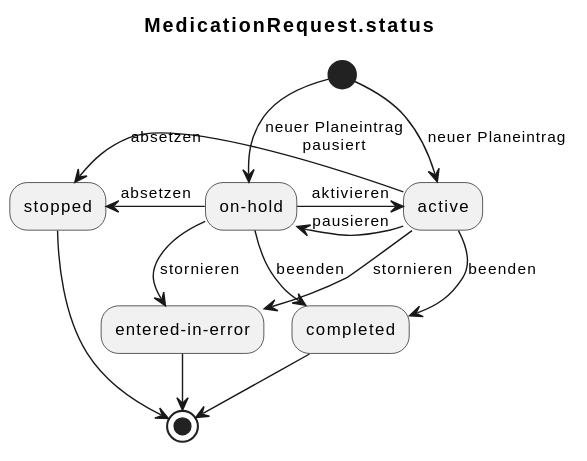
Before: r4-ELGA-e-Medikation-main/plantuml/stateDiagram_mr_status_planeintrag.svg, a diagram exported from PlantUML (HL7Austria/hl7austria.github.io). Its diagram source:
```plantuml
@startuml
title MedicationRequest.status

(*) -d-> [neuer Planeintrag] active
(*) -d-> [neuer Planeintrag\npausiert] "on-hold"
"on-hold" -r-> [aktivieren] active
"on-hold" -d-> [stornieren] "entered-in-error"
"on-hold" -l-> [absetzen] stopped
"on-hold" -d-> [beenden] completed
active -l-> [absetzen] stopped
active -r-> [beenden] completed
active -l-> [pausieren] "on-hold"
active -d-> [stornieren] "entered-in-error"
stopped -d-> (*)
"entered-in-error" -d-> (*)
completed -d-> (*)
@enduml
```
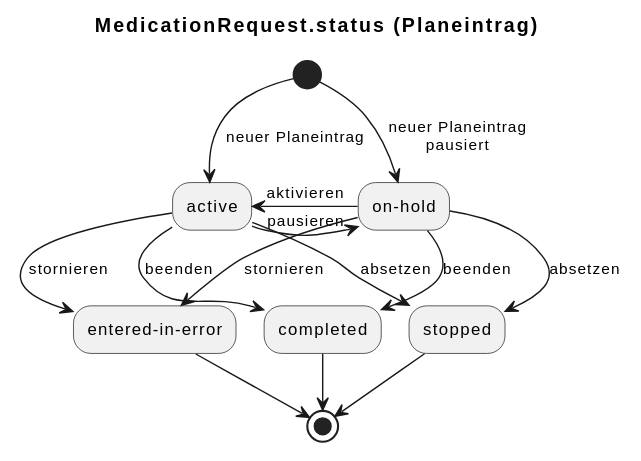
The same file after the commit.

Diff of the diagram source:
```diff
@@ -1,15 +1,15 @@
 @startuml
-title MedicationRequest.status
+title MedicationRequest.status (Planeintrag)
 
 (*) -d-> [neuer Planeintrag] active
 (*) -d-> [neuer Planeintrag\npausiert] "on-hold"
-"on-hold" -r-> [aktivieren] active
+"on-hold" -l-> [aktivieren] active
 "on-hold" -d-> [stornieren] "entered-in-error"
-"on-hold" -l-> [absetzen] stopped
+"on-hold" -d-> [absetzen] stopped
 "on-hold" -d-> [beenden] completed
-active -l-> [absetzen] stopped
-active -r-> [beenden] completed
-active -l-> [pausieren] "on-hold"
+active -d-> [absetzen] stopped
+active -d-> [beenden] completed
+active -r-> [pausieren] "on-hold"
 active -d-> [stornieren] "entered-in-error"
 stopped -d-> (*)
 "entered-in-error" -d-> (*)
```
